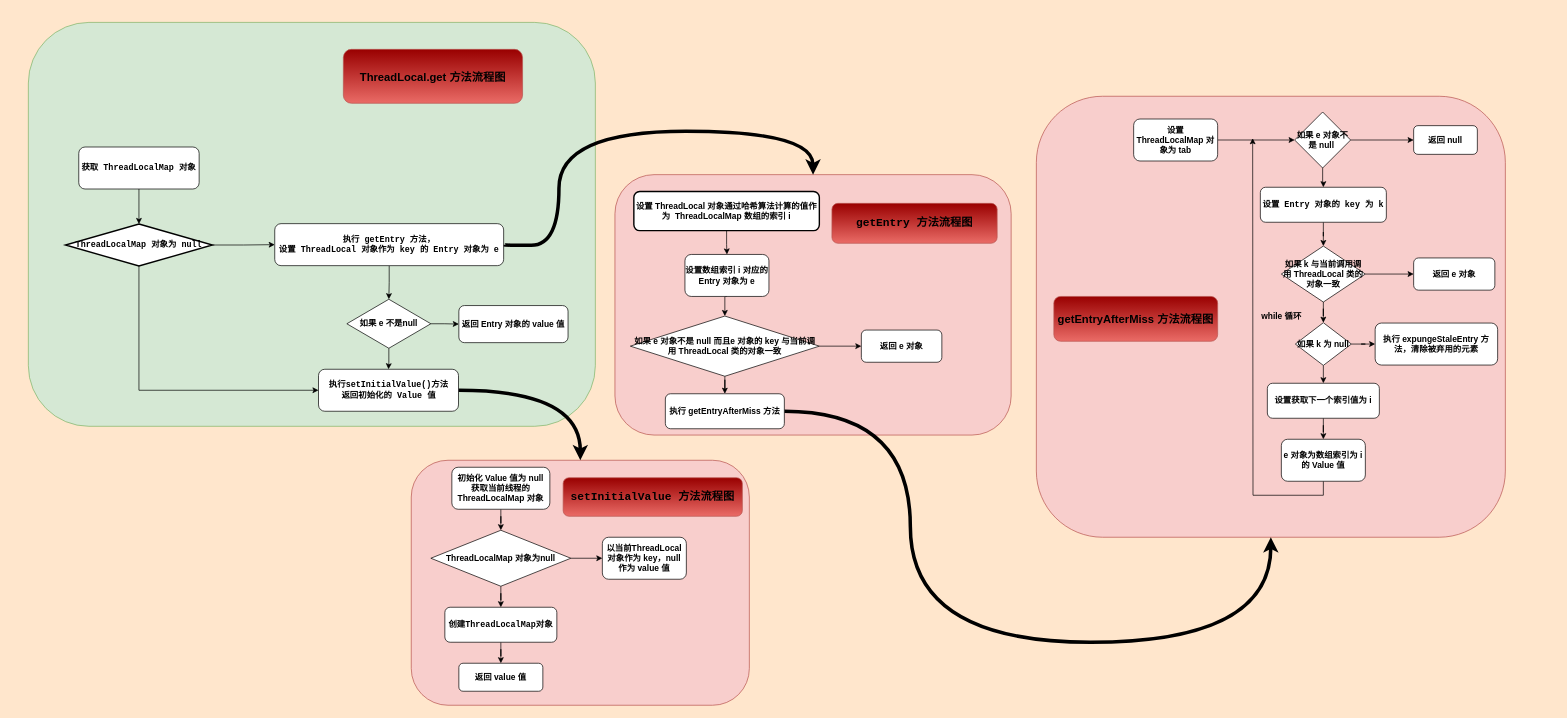
Before: Concurrent/ThreadLocal/ThreadLocal_get-UML.drawio in Muggle666/PicGo, a draw.io diagram. Source tidied: cells renumbered, new cells numbered last; positions are measured from the earlier drawing's top-left corner, leaving out a move shared by most shapes. Both pictures are drawn from the tidied source at 70%, with x=0, y=0 at pixel (28, 22).
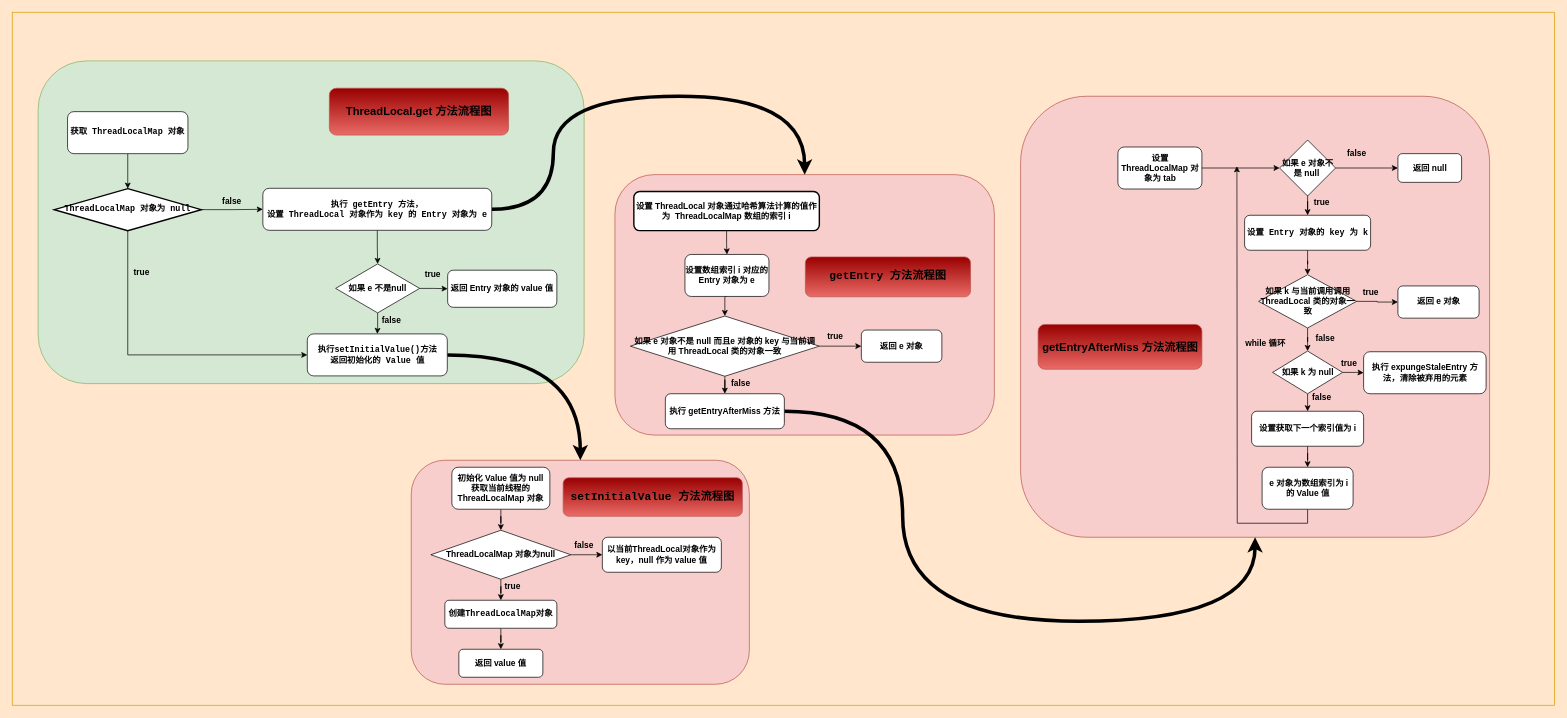
The same page after the edit.

The change refers to these unchanged cells:
```xml
<mxCell id="36" value="如果 e 对象不是 null 而且e 对象的 key 与当前调用 ThreadLocal 类的对象一致" style="rhombus;whiteSpace=wrap;html=1;fontStyle=1;" parent="1" vertex="1">
  <mxGeometry x="860" y="420" width="270" height="86" as="geometry" />
</mxCell>
<mxCell id="59" value="执行&amp;nbsp;&lt;span&gt;getEntryAfterMiss 方法&lt;/span&gt;" style="rounded=1;whiteSpace=wrap;html=1;fontStyle=1;" parent="1" vertex="1">
  <mxGeometry x="910" y="531" width="170" height="50" as="geometry" />
</mxCell>
```

What changed in the source:
```diff
@@
+    <mxCell id="64" style="rounded=0;whiteSpace=wrap;html=1;fillColor=#ffe6cc;strokeColor=#d79b00;" parent="1" vertex="1">
+      <mxGeometry x="-23" y="-14" width="2203" height="990" as="geometry" />
+    </mxCell>
-    <mxCell id="2" style="rounded=1;whiteSpace=wrap;html=1;fillColor=#d5e8d4;strokeColor=#82b366;" parent="1" vertex="1">
-      <mxGeometry y="0.5" width="810" height="577" as="geometry" />
+    <mxCell id="2" style="rounded=1;whiteSpace=wrap;html=1;fillColor=#d5e8d4;strokeColor=#82b366;fontStyle=1;" parent="1" vertex="1">
+      <mxGeometry x="14" y="55.5" width="780" height="461" as="geometry" />
     </mxCell>
     <mxCell id="3" style="rounded=1;whiteSpace=wrap;html=1;fontStyle=1;fillColor=#f8cecc;strokeColor=#b85450;" parent="1" vertex="1">
-      <mxGeometry x="1440" y="106" width="670" height="630" as="geometry" />
+      <mxGeometry x="1417.5" y="106" width="670" height="630" as="geometry" />
     </mxCell>
     <mxCell id="4" style="rounded=1;whiteSpace=wrap;html=1;fontStyle=1;fillColor=#f8cecc;strokeColor=#b85450;" parent="1" vertex="1">
-      <mxGeometry x="838" y="218" width="566" height="372" as="geometry" />
+      <mxGeometry x="838" y="218" width="542" height="372" as="geometry" />
     </mxCell>
     <mxCell id="5" style="rounded=1;whiteSpace=wrap;html=1;fillColor=#f8cecc;strokeColor=#b85450;fontStyle=1;" parent="1" vertex="1">
-      <mxGeometry x="547" y="626" width="483" height="350" as="geometry" />
+      <mxGeometry x="547" y="626" width="483" height="320" as="geometry" />
     </mxCell>
     <mxCell id="6" value="&lt;font style=&quot;font-size: 16px&quot;&gt;ThreadLocal.get 方法流程图&lt;/font&gt;" style="rounded=1;whiteSpace=wrap;html=1;fontStyle=1;fillColor=#990000;strokeColor=#b85450;gradientColor=#ea6b66;" parent="1" vertex="1">
-      <mxGeometry x="450" y="39" width="256" height="77" as="geometry" />
+      <mxGeometry x="430" y="94.5" width="256" height="67" as="geometry" />
     </mxCell>
@@
     <mxCell id="8" value="&lt;pre&gt;获取 ThreadLocalMap 对象&lt;/pre&gt;" style="rounded=1;whiteSpace=wrap;html=1;fontStyle=1;" parent="1" vertex="1">
-      <mxGeometry x="72" y="178.5" width="172" height="60" as="geometry" />
+      <mxGeometry x="56" y="128" width="172" height="60" as="geometry" />
     </mxCell>
@@
     <mxCell id="11" value="&lt;pre&gt;ThreadLocalMap 对象为 null&lt;/pre&gt;" style="rhombus;whiteSpace=wrap;html=1;fontStyle=1;strokeWidth=2;comic=0;" parent="1" vertex="1">
-      <mxGeometry x="53" y="288.5" width="210" height="60" as="geometry" />
+      <mxGeometry x="37" y="238" width="210" height="60" as="geometry" />
     </mxCell>
@@
     <mxCell id="13" value="&lt;pre&gt;执行setInitialValue()方法&lt;br&gt;返回初始化的 Value 值&lt;/pre&gt;" style="rounded=1;whiteSpace=wrap;html=1;fontStyle=1;" parent="1" vertex="1">
-      <mxGeometry x="414.5" y="496" width="200" height="60" as="geometry" />
+      <mxGeometry x="398.5" y="445.5" width="200" height="60" as="geometry" />
     </mxCell>
@@
     <mxCell id="18" value="&lt;span&gt;ThreadLocalMap 对象为null&lt;/span&gt;" style="rhombus;whiteSpace=wrap;html=1;fontStyle=1;" parent="1" vertex="1">
-      <mxGeometry x="575" y="726" width="200" height="80" as="geometry" />
+      <mxGeometry x="575" y="726" width="200" height="70" as="geometry" />
     </mxCell>
     <mxCell id="19" value="以当前ThreadLocal对象作为 key，null 作为 value 值" style="rounded=1;whiteSpace=wrap;html=1;fontStyle=1;" parent="1" vertex="1">
-      <mxGeometry x="820" y="736" width="120" height="60" as="geometry" />
+      <mxGeometry x="820" y="736" width="170" height="50" as="geometry" />
     </mxCell>
@@
     <mxCell id="21" value="&lt;pre&gt;&lt;span&gt;创建ThreadLocalMap对象&lt;/span&gt;&lt;/pre&gt;" style="rounded=1;whiteSpace=wrap;html=1;fontStyle=1;" parent="1" vertex="1">
-      <mxGeometry x="595" y="836" width="160" height="50" as="geometry" />
+      <mxGeometry x="595" y="826" width="160" height="40" as="geometry" />
     </mxCell>
     <mxCell id="22" value="返回 value 值" style="rounded=1;whiteSpace=wrap;html=1;fontStyle=1;" parent="1" vertex="1">
-      <mxGeometry x="615" y="916" width="120" height="40" as="geometry" />
+      <mxGeometry x="615" y="896" width="120" height="40" as="geometry" />
     </mxCell>
+    <mxCell id="24" style="edgeStyle=orthogonalEdgeStyle;jettySize=auto;html=1;exitX=0.5;exitY=1;exitDx=0;exitDy=0;strokeWidth=1;rounded=0;fontStyle=1;" parent="1" edge="1" source="25" target="28">
+      <mxGeometry relative="1" as="geometry" />
+    </mxCell>
-    <mxCell id="23" style="edgeStyle=orthogonalEdgeStyle;jettySize=auto;html=1;exitX=1;exitY=0.5;exitDx=0;exitDy=0;entryX=0.5;entryY=0;entryDx=0;entryDy=0;strokeWidth=5;curved=1;" parent="1" edge="1" source="25" target="4">
+    <mxCell id="23" style="edgeStyle=orthogonalEdgeStyle;curved=1;jettySize=auto;html=1;exitX=1;exitY=0.5;exitDx=0;exitDy=0;entryX=0.5;entryY=0;entryDx=0;entryDy=0;strokeWidth=5;fontStyle=1;" parent="1" edge="1" source="25" target="4">
       <mxGeometry relative="1" as="geometry">
         <Array as="points">
-          <mxPoint x="758" y="319" />
-          <mxPoint x="758" y="156" />
-          <mxPoint x="1121" y="156" />
+          <mxPoint x="750" y="267" />
+          <mxPoint x="750" y="106" />
+          <mxPoint x="1109" y="106" />
         </Array>
       </mxGeometry>
     </mxCell>
-    <mxCell id="24" style="edgeStyle=orthogonalEdgeStyle;jettySize=auto;html=1;exitX=0.5;exitY=1;exitDx=0;exitDy=0;strokeWidth=1;rounded=0;" parent="1" edge="1" source="25" target="28">
-      <mxGeometry relative="1" as="geometry" />
-    </mxCell>
     <mxCell id="25" value="&lt;pre&gt;&lt;span&gt;执行 &lt;/span&gt;getEntry 方法，&lt;br&gt;设置 ThreadLocal 对象作为 key 的 Entry 对象为 e&lt;/pre&gt;" style="rounded=1;whiteSpace=wrap;html=1;fontStyle=1;" parent="1" vertex="1">
-      <mxGeometry x="352" y="288" width="327" height="60" as="geometry" />
+      <mxGeometry x="335" y="237.5" width="327" height="60" as="geometry" />
     </mxCell>
@@
     <mxCell id="28" value="如果 e 不是null" style="rhombus;whiteSpace=wrap;html=1;fontStyle=1;" parent="1" vertex="1">
-      <mxGeometry x="455" y="396" width="120" height="70" as="geometry" />
+      <mxGeometry x="439" y="345.5" width="120" height="70" as="geometry" />
     </mxCell>
     <mxCell id="29" value="返回 Entry 对象的 value 值" style="rounded=1;whiteSpace=wrap;html=1;fontStyle=1;" parent="1" vertex="1">
-      <mxGeometry x="615" y="405" width="156" height="53" as="geometry" />
+      <mxGeometry x="599" y="354.5" width="156" height="53" as="geometry" />
     </mxCell>
@@
-    <mxCell id="35" style="edgeStyle=orthogonalEdgeStyle;jettySize=auto;html=1;exitX=0.5;exitY=1;exitDx=0;exitDy=0;strokeWidth=1;rounded=0;" parent="1" edge="1" source="36" target="59">
+    <mxCell id="35" style="edgeStyle=orthogonalEdgeStyle;jettySize=auto;html=1;exitX=0.5;exitY=1;exitDx=0;exitDy=0;strokeWidth=1;rounded=0;fontStyle=1;" parent="1" edge="1" source="36" target="59">
       <mxGeometry relative="1" as="geometry" />
     </mxCell>
@@
     <mxCell id="39" value="设置 ThreadLocalMap 对象为 tab" style="rounded=1;whiteSpace=wrap;html=1;fontStyle=1;" parent="1" vertex="1">
-      <mxGeometry x="1579" y="138.5" width="120" height="60" as="geometry" />
+      <mxGeometry x="1556.5" y="178.5" width="120" height="60" as="geometry" />
     </mxCell>
@@
     <mxCell id="42" value="如果 e 对象不是 null&amp;nbsp;" style="rhombus;whiteSpace=wrap;html=1;fontStyle=1;" parent="1" vertex="1">
-      <mxGeometry x="1809" y="128.5" width="80" height="80" as="geometry" />
+      <mxGeometry x="1787.5" y="168.5" width="80" height="80" as="geometry" />
     </mxCell>
     <mxCell id="43" value="返回 null" style="rounded=1;whiteSpace=wrap;html=1;fontStyle=1;" parent="1" vertex="1">
-      <mxGeometry x="1979" y="148" width="91" height="41" as="geometry" />
+      <mxGeometry x="1956.5" y="188" width="91" height="41" as="geometry" />
     </mxCell>
@@
     <mxCell id="45" value="&lt;pre&gt;&lt;span&gt;设置 Entry 对象的 key 为 k&lt;/span&gt;&lt;/pre&gt;" style="rounded=1;whiteSpace=wrap;html=1;fontStyle=1;" parent="1" vertex="1">
-      <mxGeometry x="1760" y="236" width="180" height="50" as="geometry" />
+      <mxGeometry x="1737.5" y="276" width="180" height="50" as="geometry" />
     </mxCell>
@@
     <mxCell id="48" value="如果 k 与当前调用调用 ThreadLocal 类的对象一致" style="rhombus;whiteSpace=wrap;html=1;fontStyle=1;" parent="1" vertex="1">
-      <mxGeometry x="1790" y="320" width="120" height="80" as="geometry" />
+      <mxGeometry x="1757.5" y="361" width="140" height="76" as="geometry" />
     </mxCell>
     <mxCell id="49" value="返回 e 对象" style="rounded=1;whiteSpace=wrap;html=1;fontStyle=1;" parent="1" vertex="1">
-      <mxGeometry x="1979" y="337" width="116" height="46" as="geometry" />
+      <mxGeometry x="1956.5" y="377" width="116" height="46" as="geometry" />
     </mxCell>
@@
     <mxCell id="52" value="如果 k 为 null" style="rhombus;whiteSpace=wrap;html=1;fontStyle=1;" parent="1" vertex="1">
-      <mxGeometry x="1810" y="429.5" width="80" height="61" as="geometry" />
+      <mxGeometry x="1777.5" y="470" width="100" height="61" as="geometry" />
     </mxCell>
     <mxCell id="53" value="执行&amp;nbsp;&lt;span&gt;expungeStaleEntry 方法，清除被弃用的元素&lt;/span&gt;" style="rounded=1;whiteSpace=wrap;html=1;fontStyle=1;" parent="1" vertex="1">
-      <mxGeometry x="1924" y="430" width="175" height="60" as="geometry" />
+      <mxGeometry x="1907.5" y="471" width="175" height="60" as="geometry" />
     </mxCell>
@@
     <mxCell id="55" value="设置获取下一个索引值为 i" style="rounded=1;whiteSpace=wrap;html=1;fontStyle=1;" parent="1" vertex="1">
-      <mxGeometry x="1770" y="516" width="160" height="50" as="geometry" />
+      <mxGeometry x="1747.5" y="556" width="160" height="50" as="geometry" />
     </mxCell>
     <mxCell id="56" style="edgeStyle=orthogonalEdgeStyle;rounded=0;jettySize=auto;html=1;exitX=0.5;exitY=1;exitDx=0;exitDy=0;strokeWidth=1;fontStyle=1;" parent="1" edge="1" source="57">
       <mxGeometry relative="1" as="geometry">
-        <mxPoint x="1749" y="166" as="targetPoint" />
+        <mxPoint x="1726.5" y="206" as="targetPoint" />
       </mxGeometry>
     </mxCell>
-    <mxCell id="57" value="e 对象为数组索引为 i 的 Value 值&lt;br&gt;" style="rounded=1;whiteSpace=wrap;html=1;fontStyle=1;" parent="1" vertex="1">
-      <mxGeometry x="1790" y="596" width="120" height="60" as="geometry" />
+    <mxCell id="57" value="&amp;nbsp;e 对象为数组索引为 i 的 Value 值&lt;br&gt;" style="rounded=1;whiteSpace=wrap;html=1;fontStyle=1;" parent="1" vertex="1">
+      <mxGeometry x="1762.5" y="636" width="130" height="60" as="geometry" />
     </mxCell>
-    <mxCell id="58" style="edgeStyle=orthogonalEdgeStyle;jettySize=auto;html=1;exitX=1;exitY=0.5;exitDx=0;exitDy=0;entryX=0.5;entryY=1;entryDx=0;entryDy=0;strokeWidth=5;curved=1;" parent="1" edge="1" source="59" target="3">
+    <mxCell id="58" style="edgeStyle=orthogonalEdgeStyle;curved=1;jettySize=auto;html=1;exitX=1;exitY=0.5;exitDx=0;exitDy=0;entryX=0.5;entryY=1;entryDx=0;entryDy=0;strokeWidth=5;fontStyle=1;" parent="1" edge="1" source="59" target="3">
       <mxGeometry relative="1" as="geometry">
         <Array as="points">
-          <mxPoint x="1260" y="556" />
-          <mxPoint x="1260" y="886" />
-          <mxPoint x="1775" y="886" />
+          <mxPoint x="1249" y="556" />
+          <mxPoint x="1249" y="856" />
+          <mxPoint x="1752" y="856" />
         </Array>
       </mxGeometry>
     </mxCell>
@@
     <mxCell id="60" value="while 循环" style="text;html=1;strokeColor=none;fillColor=none;align=center;verticalAlign=middle;whiteSpace=wrap;rounded=0;fontStyle=1;" parent="1" vertex="1">
-      <mxGeometry x="1757.5" y="410" width="65" height="20" as="geometry" />
+      <mxGeometry x="1735" y="450" width="65" height="20" as="geometry" />
     </mxCell>
@@
     <mxCell id="62" value="&lt;pre&gt;&lt;font style=&quot;font-size: 16px&quot;&gt;getEntry 方法流程图&lt;/font&gt;&lt;/pre&gt;" style="rounded=1;whiteSpace=wrap;html=1;fontStyle=1;fillColor=#990000;strokeColor=#b85450;gradientColor=#ea6b66;" parent="1" vertex="1">
-      <mxGeometry x="1148" y="259" width="236" height="57" as="geometry" />
+      <mxGeometry x="1110" y="335.5" width="236" height="57" as="geometry" />
     </mxCell>
     <mxCell id="63" value="&lt;span&gt;&lt;font style=&quot;font-size: 16px&quot;&gt;getEntryAfterMiss 方法流程图&lt;/font&gt;&lt;/span&gt;" style="rounded=1;whiteSpace=wrap;html=1;fontStyle=1;fillColor=#990000;strokeColor=#b85450;gradientColor=#ea6b66;" parent="1" vertex="1">
-      <mxGeometry x="1465" y="392" width="234" height="64" as="geometry" />
+      <mxGeometry x="1442.5" y="432" width="234" height="64" as="geometry" />
     </mxCell>
+    <mxCell id="65" value="true" style="text;html=1;strokeColor=none;fillColor=none;align=center;verticalAlign=middle;whiteSpace=wrap;rounded=0;fontStyle=1;" parent="1" vertex="1">
+      <mxGeometry x="142" y="348" width="40" height="20" as="geometry" />
+    </mxCell>
+    <mxCell id="66" value="false" style="text;html=1;strokeColor=none;fillColor=none;align=center;verticalAlign=middle;whiteSpace=wrap;rounded=0;fontStyle=1;" parent="1" vertex="1">
+      <mxGeometry x="271" y="245.5" width="40" height="20" as="geometry" />
+    </mxCell>
+    <mxCell id="67" value="false" style="text;html=1;strokeColor=none;fillColor=none;align=center;verticalAlign=middle;whiteSpace=wrap;rounded=0;fontStyle=1;" parent="1" vertex="1">
+      <mxGeometry x="498.5" y="415.5" width="40" height="20" as="geometry" />
+    </mxCell>
+    <mxCell id="68" value="true" style="text;html=1;strokeColor=none;fillColor=none;align=center;verticalAlign=middle;whiteSpace=wrap;rounded=0;fontStyle=1;" parent="1" vertex="1">
+      <mxGeometry x="558" y="350.5" width="40" height="20" as="geometry" />
+    </mxCell>
+    <mxCell id="69" value="true" style="text;html=1;strokeColor=none;fillColor=none;align=center;verticalAlign=middle;whiteSpace=wrap;rounded=0;fontStyle=1;" parent="1" vertex="1">
+      <mxGeometry x="1133" y="440" width="40" height="20" as="geometry" />
+    </mxCell>
+    <mxCell id="70" value="false" style="text;html=1;strokeColor=none;fillColor=none;align=center;verticalAlign=middle;whiteSpace=wrap;rounded=0;fontStyle=1;" parent="1" vertex="1">
+      <mxGeometry x="997.5" y="506" width="40" height="20" as="geometry" />
+    </mxCell>
+    <mxCell id="71" value="false" style="text;html=1;strokeColor=none;fillColor=none;align=center;verticalAlign=middle;whiteSpace=wrap;rounded=0;fontStyle=1;" parent="1" vertex="1">
+      <mxGeometry x="1877.5" y="178" width="40" height="20" as="geometry" />
+    </mxCell>
+    <mxCell id="72" value="true" style="text;html=1;strokeColor=none;fillColor=none;align=center;verticalAlign=middle;whiteSpace=wrap;rounded=0;fontStyle=1;" parent="1" vertex="1">
+      <mxGeometry x="1827.5" y="248" width="40" height="20" as="geometry" />
+    </mxCell>
+    <mxCell id="73" value="true" style="text;html=1;strokeColor=none;fillColor=none;align=center;verticalAlign=middle;whiteSpace=wrap;rounded=0;fontStyle=1;" parent="1" vertex="1">
+      <mxGeometry x="1897.5" y="377" width="40" height="20" as="geometry" />
+    </mxCell>
+    <mxCell id="74" value="true" style="text;html=1;strokeColor=none;fillColor=none;align=center;verticalAlign=middle;whiteSpace=wrap;rounded=0;fontStyle=1;" parent="1" vertex="1">
+      <mxGeometry x="1866.5" y="478" width="40" height="20" as="geometry" />
+    </mxCell>
+    <mxCell id="75" value="false" style="text;html=1;strokeColor=none;fillColor=none;align=center;verticalAlign=middle;whiteSpace=wrap;rounded=0;fontStyle=1;" parent="1" vertex="1">
+      <mxGeometry x="1832.5" y="442" width="40" height="20" as="geometry" />
+    </mxCell>
+    <mxCell id="76" value="false" style="text;html=1;strokeColor=none;fillColor=none;align=center;verticalAlign=middle;whiteSpace=wrap;rounded=0;fontStyle=1;" parent="1" vertex="1">
+      <mxGeometry x="1827.5" y="526" width="40" height="20" as="geometry" />
+    </mxCell>
+    <mxCell id="77" value="true" style="text;html=1;strokeColor=none;fillColor=none;align=center;verticalAlign=middle;whiteSpace=wrap;rounded=0;fontStyle=1;" parent="1" vertex="1">
+      <mxGeometry x="672" y="797" width="40" height="20" as="geometry" />
+    </mxCell>
+    <mxCell id="78" value="false" style="text;html=1;strokeColor=none;fillColor=none;align=center;verticalAlign=middle;whiteSpace=wrap;rounded=0;fontStyle=1;" parent="1" vertex="1">
+      <mxGeometry x="774" y="738" width="40" height="20" as="geometry" />
+    </mxCell>
```
